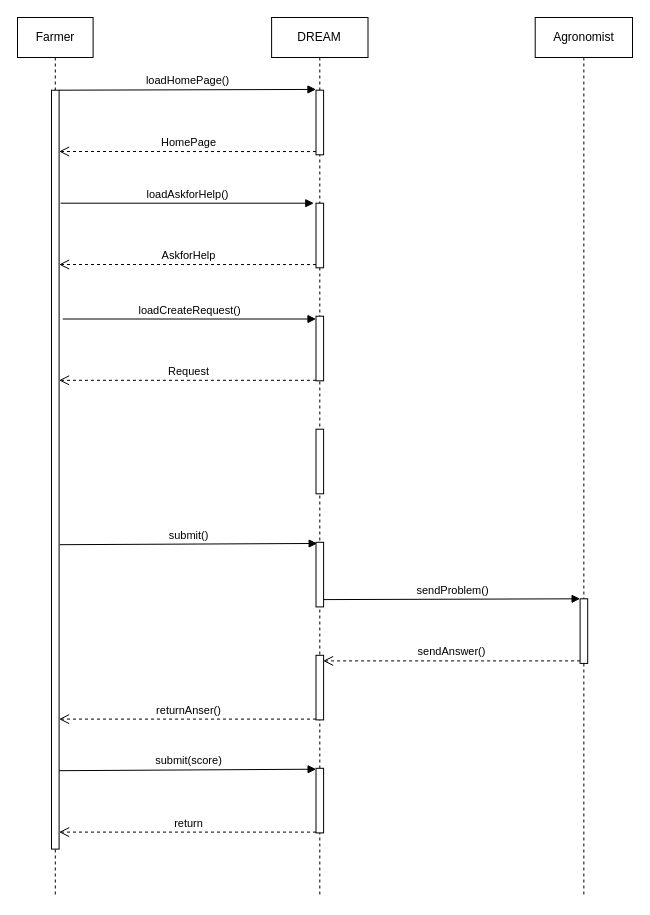
Above: page "FarmerRequest" (8 of 13) of RASD/diagrams/Sequence Diagram.drawio in ictar/DREAM-SE2-Project-2022 (draw.io), before the change. Source tidied: cells renumbered, new cells numbered last; positions are measured from the earlier drawing's top-left corner, leaving out a move shared by most shapes. Both pictures are drawn from the tidied source at 100%, with x=0, y=0 at pixel (17, 17).
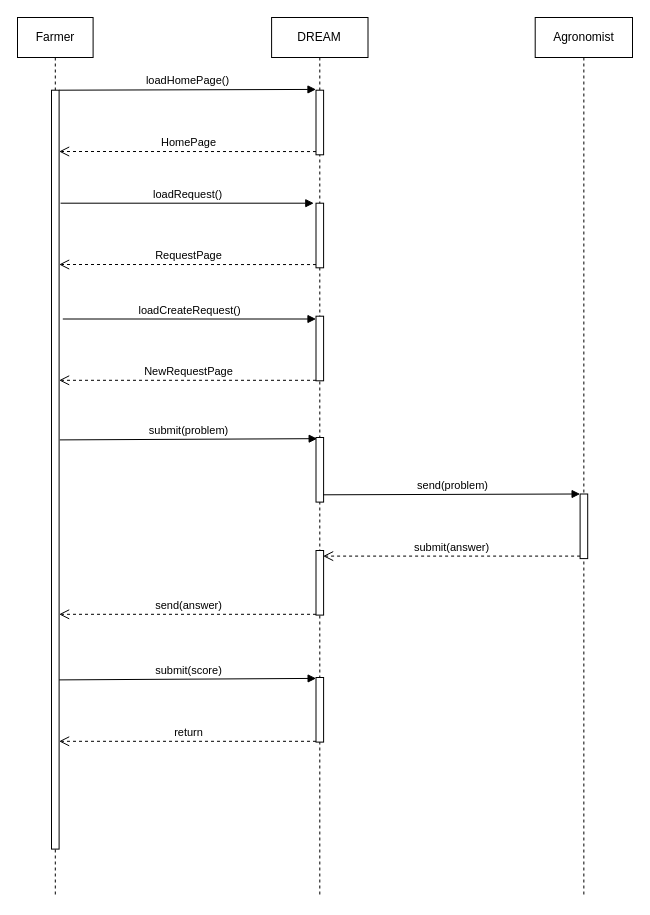
After the change.

Unchanged cells that the change refers to:
```xml
<mxCell id="2" style="group;" parent="1" vertex="1">
  <mxGeometry width="615" height="880" as="geometry" />
</mxCell>
<mxCell id="17" style="html=1;points=[];perimeter=orthogonalPerimeter;" parent="2" vertex="1">
  <mxGeometry x="298.5" y="185.7" width="7.6" height="64.6" as="geometry" />
</mxCell>
```

The edit, as a diff of the source:
```diff
@@
-    <mxCell id="7" value="loadAskforHelp()" style="html=1;verticalAlign=bottom;endArrow=block;entryX=0;entryY=0;rounded=0;" parent="2" edge="1">
+    <mxCell id="7" value="loadRequest()" style="html=1;verticalAlign=bottom;endArrow=block;entryX=0;entryY=0;rounded=0;" parent="2" edge="1">
       <mxGeometry relative="1" as="geometry">
         <mxPoint x="43.1" y="185.7" as="sourcePoint" />
         <mxPoint x="296.3" y="185.7" as="targetPoint" />
       </mxGeometry>
     </mxCell>
-    <mxCell id="8" value="AskforHelp" style="html=1;verticalAlign=bottom;endArrow=open;dashed=1;endSize=8;exitX=0;exitY=0.95;rounded=0;" parent="2" edge="1" source="17">
+    <mxCell id="8" value="RequestPage" style="html=1;verticalAlign=bottom;endArrow=open;dashed=1;endSize=8;exitX=0;exitY=0.95;rounded=0;" parent="2" edge="1" source="17">
       <mxGeometry relative="1" as="geometry">
         <mxPoint x="41.6" y="247" as="targetPoint" />
       </mxGeometry>
     </mxCell>
@@
-    <mxCell id="10" value="Request" style="html=1;verticalAlign=bottom;endArrow=open;dashed=1;endSize=8;exitX=0;exitY=0.95;rounded=0;" parent="2" edge="1">
+    <mxCell id="10" value="NewRequestPage" style="html=1;verticalAlign=bottom;endArrow=open;dashed=1;endSize=8;exitX=0;exitY=0.95;rounded=0;" parent="2" edge="1">
       <mxGeometry relative="1" as="geometry">
         <mxPoint x="298.5" y="362.8" as="sourcePoint" />
         <mxPoint x="41.6" y="362.8" as="targetPoint" />
       </mxGeometry>
     </mxCell>
@@
-    <mxCell id="12" value="submit()" style="html=1;verticalAlign=bottom;endArrow=block;entryX=0.154;entryY=0.018;rounded=0;entryDx=0;entryDy=0;entryPerimeter=0;" parent="2" edge="1" target="19">
+    <mxCell id="12" value="submit(problem)" style="html=1;verticalAlign=bottom;endArrow=block;entryX=0.154;entryY=0.018;rounded=0;entryDx=0;entryDy=0;entryPerimeter=0;" parent="2" edge="1" target="19">
       <mxGeometry relative="1" as="geometry">
-        <mxPoint x="42.3" y="527.2" as="sourcePoint" />
+        <mxPoint x="42.3" y="422.4" as="sourcePoint" />
       </mxGeometry>
     </mxCell>
-    <mxCell id="13" value="returnAnser()" style="html=1;verticalAlign=bottom;endArrow=open;dashed=1;endSize=8;exitX=0;exitY=0.95;rounded=0;" parent="2" edge="1">
+    <mxCell id="13" value="send(answer)" style="html=1;verticalAlign=bottom;endArrow=open;dashed=1;endSize=8;exitX=0;exitY=0.95;rounded=0;" parent="2" edge="1">
       <mxGeometry relative="1" as="geometry">
-        <mxPoint x="298.5" y="701.6" as="sourcePoint" />
-        <mxPoint x="41.6" y="701.6" as="targetPoint" />
+        <mxPoint x="298.5" y="596.8" as="sourcePoint" />
+        <mxPoint x="41.6" y="596.8" as="targetPoint" />
       </mxGeometry>
     </mxCell>
     <mxCell id="14" value="return" style="html=1;verticalAlign=bottom;endArrow=open;dashed=1;endSize=8;exitX=0;exitY=0.95;rounded=0;" parent="2" edge="1">
       <mxGeometry relative="1" as="geometry">
-        <mxPoint x="298.5" y="814.6" as="sourcePoint" />
-        <mxPoint x="41.6" y="814.6" as="targetPoint" />
+        <mxPoint x="298.5" y="723.8" as="sourcePoint" />
+        <mxPoint x="41.6" y="723.8" as="targetPoint" />
       </mxGeometry>
     </mxCell>
     <mxCell id="15" value="submit(score)" style="html=1;verticalAlign=bottom;endArrow=block;entryX=0.016;entryY=0.014;rounded=0;entryDx=0;entryDy=0;entryPerimeter=0;" parent="2" edge="1" target="21">
       <mxGeometry relative="1" as="geometry">
-        <mxPoint x="41.6" y="753.2" as="sourcePoint" />
+        <mxPoint x="41.6" y="662.4" as="sourcePoint" />
       </mxGeometry>
     </mxCell>
@@
-    <mxCell id="18" style="html=1;perimeter=orthogonalPerimeter;" parent="2" vertex="1">
-      <mxGeometry x="298.5" y="411.7" width="7.6" height="64.6" as="geometry" />
-    </mxCell>
     <mxCell id="19" style="html=1;points=[];perimeter=orthogonalPerimeter;" parent="2" vertex="1">
-      <mxGeometry x="298.5" y="524.8" width="7.6" height="64.6" as="geometry" />
+      <mxGeometry x="298.5" y="420" width="7.6" height="64.6" as="geometry" />
     </mxCell>
     <mxCell id="20" style="html=1;perimeter=orthogonalPerimeter;" parent="2" vertex="1">
-      <mxGeometry x="298.5" y="637.8" width="7.6" height="64.6" as="geometry" />
+      <mxGeometry x="298.5" y="533" width="7.6" height="64.6" as="geometry" />
     </mxCell>
     <mxCell id="21" style="html=1;points=[];perimeter=orthogonalPerimeter;" parent="2" vertex="1">
-      <mxGeometry x="298.5" y="750.8" width="7.6" height="64.6" as="geometry" />
+      <mxGeometry x="298.5" y="660" width="7.6" height="64.6" as="geometry" />
     </mxCell>
@@
-    <mxCell id="24" value="sendProblem()" style="html=1;verticalAlign=bottom;endArrow=block;rounded=0;entryX=0;entryY=-0.012;entryDx=0;entryDy=0;entryPerimeter=0;" parent="2" edge="1">
+    <mxCell id="24" value="send(problem)" style="html=1;verticalAlign=bottom;endArrow=block;rounded=0;entryX=0;entryY=-0.012;entryDx=0;entryDy=0;entryPerimeter=0;" parent="2" edge="1">
       <mxGeometry relative="1" as="geometry">
-        <mxPoint x="305.6" y="582.1" as="sourcePoint" />
-        <mxPoint x="562.6" y="581.3" as="targetPoint" />
+        <mxPoint x="305.6" y="477.3" as="sourcePoint" />
+        <mxPoint x="562.6" y="476.5" as="targetPoint" />
       </mxGeometry>
     </mxCell>
-    <mxCell id="25" value="sendAnswer()" style="html=1;verticalAlign=bottom;endArrow=open;dashed=1;endSize=8;exitX=0;exitY=0.95;rounded=0;" parent="2" edge="1">
+    <mxCell id="25" value="submit(answer)" style="html=1;verticalAlign=bottom;endArrow=open;dashed=1;endSize=8;exitX=0;exitY=0.95;rounded=0;" parent="2" edge="1">
       <mxGeometry relative="1" as="geometry">
-        <mxPoint x="562.6" y="643.4" as="sourcePoint" />
-        <mxPoint x="305.6" y="643.4" as="targetPoint" />
+        <mxPoint x="562.6" y="538.6" as="sourcePoint" />
+        <mxPoint x="305.6" y="538.6" as="targetPoint" />
       </mxGeometry>
     </mxCell>
     <mxCell id="26" style="html=1;perimeter=orthogonalPerimeter;" parent="2" vertex="1">
-      <mxGeometry x="562.6" y="581.3" width="7.6" height="64.6" as="geometry" />
+      <mxGeometry x="562.6" y="476.5" width="7.6" height="64.6" as="geometry" />
     </mxCell>
```
